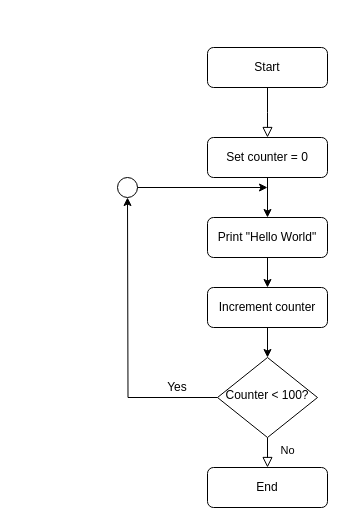
Before: Hello_100_times.drawio in rtate7/CSS-225-Module-5, a draw.io diagram. Source tidied: cells renumbered, new cells numbered last; positions are measured from the earlier drawing's top-left corner, leaving out a move shared by most shapes. Both pictures are drawn from the tidied source at 100%, with x=0, y=0 at pixel (117, 47).
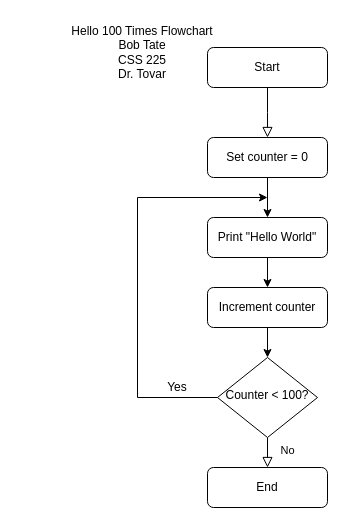
The same diagram, later.

Diff of the diagram source:
```diff
@@
 <mxGraphModel>
   <root>
     <mxCell id="0" />
     <mxCell id="1" parent="0" />
     <mxCell id="2" style="rounded=0;html=1;jettySize=auto;fontSize=11;endArrow=block;endFill=0;endSize=8;strokeWidth=1;shadow=0;labelBackgroundColor=none;edgeStyle=orthogonalEdgeStyle;" parent="1" edge="1" source="3">
       <mxGeometry relative="1" as="geometry">
         <mxPoint x="150" y="90" as="targetPoint" />
       </mxGeometry>
     </mxCell>
     <mxCell id="3" value="Start" style="rounded=1;whiteSpace=wrap;html=1;fontSize=12;glass=0;strokeWidth=1;shadow=0;" parent="1" vertex="1">
       <mxGeometry x="90" width="120" height="40" as="geometry" />
     </mxCell>
     <mxCell id="4" value="Set counter = 0" style="rounded=1;whiteSpace=wrap;html=1;fontSize=12;glass=0;strokeWidth=1;shadow=0;" parent="1" vertex="1">
       <mxGeometry x="90" y="90" width="120" height="40" as="geometry" />
     </mxCell>
     <mxCell id="5" value="No" style="rounded=0;html=1;jettySize=auto;fontSize=11;endArrow=block;endFill=0;endSize=8;strokeWidth=1;shadow=0;labelBackgroundColor=none;edgeStyle=orthogonalEdgeStyle;" parent="1" edge="1" source="7" target="8">
       <mxGeometry x="0.33" y="20" relative="1" as="geometry" />
     </mxCell>
     <mxCell id="6" style="edgeStyle=orthogonalEdgeStyle;rounded=0;jettySize=auto;html=1;" parent="1" edge="1" source="7">
       <mxGeometry relative="1" as="geometry">
-        <mxPoint x="10" y="150" as="targetPoint" />
+        <mxPoint x="150" y="150" as="targetPoint" />
+        <Array as="points">
+          <mxPoint x="20" y="350" />
+          <mxPoint x="20" y="150" />
+        </Array>
       </mxGeometry>
     </mxCell>
     <mxCell id="7" value="Counter &amp;lt; 100?" style="rhombus;whiteSpace=wrap;html=1;shadow=0;fontFamily=Helvetica;fontSize=12;align=center;strokeWidth=1;spacing=6;spacingTop=-4;" parent="1" vertex="1">
       <mxGeometry x="100" y="310" width="100" height="80" as="geometry" />
     </mxCell>
     <mxCell id="8" value="End" style="rounded=1;whiteSpace=wrap;html=1;fontSize=12;glass=0;strokeWidth=1;shadow=0;" parent="1" vertex="1">
       <mxGeometry x="90" y="420" width="120" height="40" as="geometry" />
     </mxCell>
     <mxCell id="9" style="edgeStyle=orthogonalEdgeStyle;rounded=0;jettySize=auto;html=1;" parent="1" edge="1" source="11" target="7">
       <mxGeometry relative="1" as="geometry" />
     </mxCell>
     <mxCell id="10" value="Print &quot;Hello World&quot;" style="rounded=1;whiteSpace=wrap;html=1;fontSize=12;glass=0;strokeWidth=1;shadow=0;" parent="1" vertex="1">
       <mxGeometry x="90" y="170" width="120" height="40" as="geometry" />
     </mxCell>
     <mxCell id="11" value="Increment counter" style="rounded=1;whiteSpace=wrap;html=1;" parent="1" vertex="1">
       <mxGeometry x="90" y="240" width="120" height="40" as="geometry" />
     </mxCell>
     <mxCell id="12" style="edgeStyle=orthogonalEdgeStyle;rounded=0;jettySize=auto;html=1;" parent="1" edge="1" source="10" target="11">
       <mxGeometry relative="1" as="geometry" />
     </mxCell>
     <mxCell id="13" style="endArrow=classic;html=1;exitX=0.5;exitY=1;exitDx=0;exitDy=0;entryX=0.5;entryY=0;entryDx=0;entryDy=0;" parent="1" edge="1" source="4" target="10">
       <mxGeometry relative="1" as="geometry" />
     </mxCell>
-    <mxCell id="14" style="ellipse;whiteSpace=wrap;html=1;" parent="1" vertex="1">
-      <mxGeometry y="130" width="20" height="20" as="geometry" />
-    </mxCell>
-    <mxCell id="15" style="endArrow=classic;html=1;exitX=1;exitY=0.5;exitDx=0;exitDy=0;" parent="1" edge="1" source="14">
-      <mxGeometry relative="1" as="geometry">
-        <mxPoint x="150" y="140" as="targetPoint" />
-      </mxGeometry>
-    </mxCell>
     <mxCell id="16" value="Yes" style="text;html=1;strokeColor=none;fillColor=none;align=center;verticalAlign=middle;whiteSpace=wrap;rounded=0;" parent="1" vertex="1">
       <mxGeometry x="40" y="330" width="40" height="20" as="geometry" />
     </mxCell>
+    <mxCell id="17" value="Hello 100 Times Flowchart&lt;br&gt;Bob Tate&lt;br&gt;CSS 225&lt;br&gt;Dr. Tovar" style="text;html=1;strokeColor=none;fillColor=none;align=center;verticalAlign=middle;whiteSpace=wrap;rounded=0;" parent="1" vertex="1">
+      <mxGeometry x="-100" y="-30" width="250" height="70" as="geometry" />
+    </mxCell>
   </root>
 </mxGraphModel>
```
